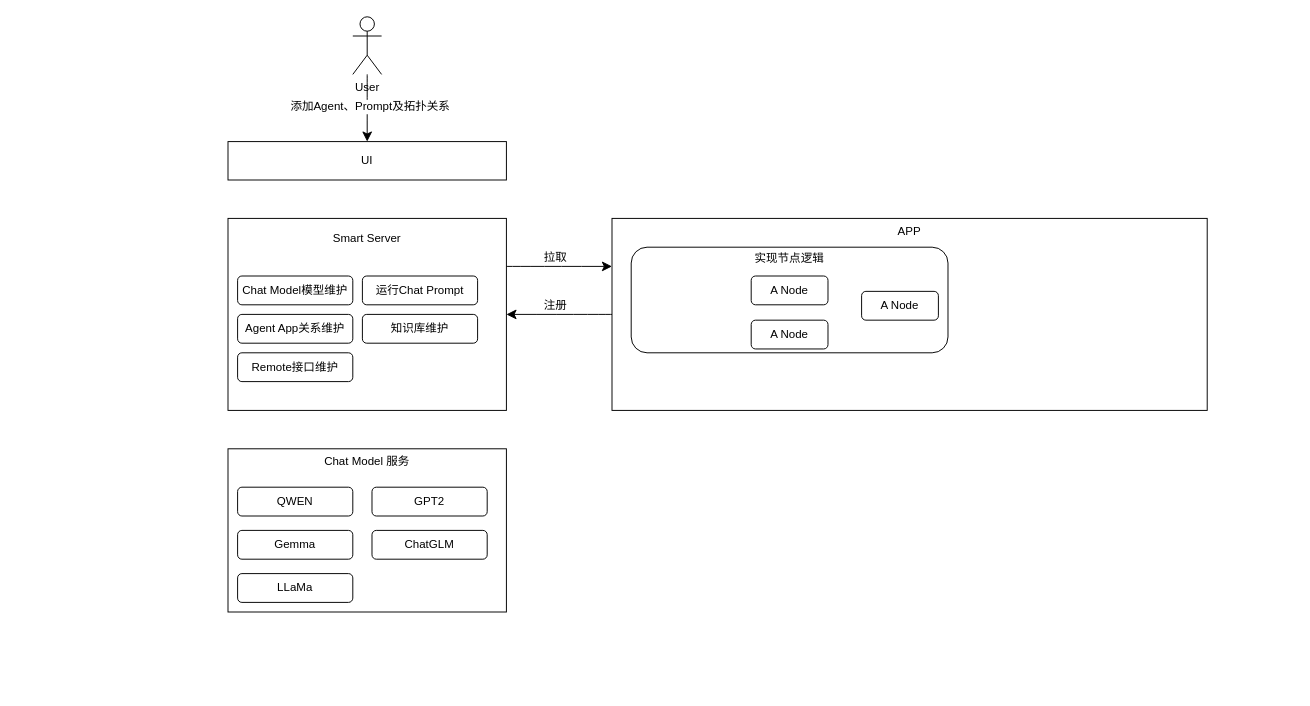
Above: page "功能框图" (1 of 2) of docs/smart.drawio in tctalk-cn/orchestrator (draw.io), before the change. Source tidied: cells renumbered, new cells numbered last; positions are measured from the earlier drawing's top-left corner, leaving out a move shared by most shapes. Both pictures are drawn from the tidied source at 96%, with x=0, y=0 at pixel (228, 16).
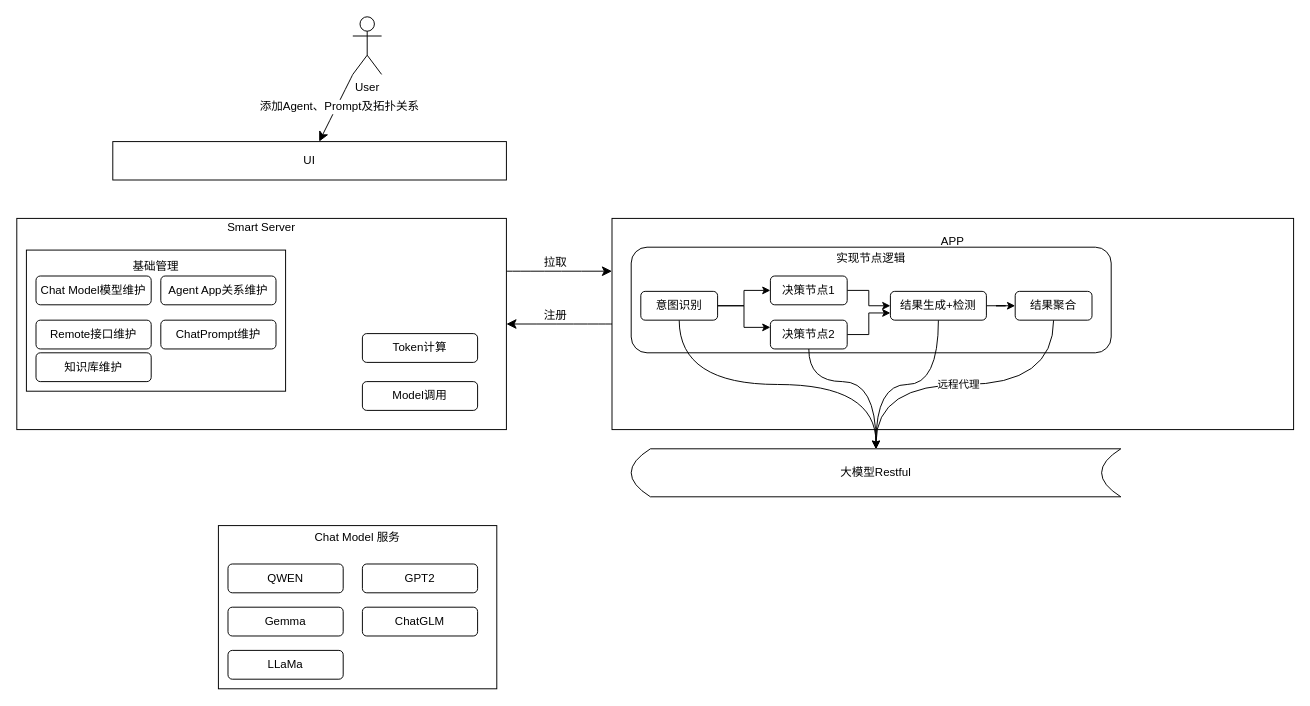
After the change.

Change to the diagram source:
```diff
@@
     <mxCell id="2" value="UI" style="rounded=0;whiteSpace=wrap;html=1;" parent="1" vertex="1">
-      <mxGeometry y="130" width="290" height="40" as="geometry" />
+      <mxGeometry x="-120" y="130" width="410" height="40" as="geometry" />
     </mxCell>
@@
-    <mxCell id="8" value="Smart Server&lt;div&gt;&lt;br&gt;&lt;/div&gt;&lt;div&gt;&lt;br&gt;&lt;/div&gt;&lt;div&gt;&lt;br&gt;&lt;/div&gt;&lt;div&gt;&lt;br&gt;&lt;/div&gt;&lt;div&gt;&lt;br&gt;&lt;/div&gt;&lt;div&gt;&lt;br&gt;&lt;/div&gt;&lt;div&gt;&lt;br&gt;&lt;/div&gt;&lt;div&gt;&lt;br&gt;&lt;/div&gt;&lt;div&gt;&lt;br&gt;&lt;/div&gt;&lt;div&gt;&lt;br&gt;&lt;/div&gt;&lt;div&gt;&lt;br&gt;&lt;/div&gt;" style="rounded=0;whiteSpace=wrap;html=1;" parent="1" vertex="1">
-      <mxGeometry y="210" width="290" height="200" as="geometry" />
+    <mxCell id="8" value="Smart Server&lt;div&gt;&lt;br&gt;&lt;/div&gt;&lt;div&gt;&lt;br&gt;&lt;/div&gt;&lt;div&gt;&lt;br&gt;&lt;/div&gt;&lt;div&gt;&lt;br&gt;&lt;/div&gt;&lt;div&gt;&lt;br&gt;&lt;/div&gt;&lt;div&gt;&lt;br&gt;&lt;/div&gt;&lt;div&gt;&lt;br&gt;&lt;/div&gt;&lt;div&gt;&lt;br&gt;&lt;/div&gt;&lt;div&gt;&lt;br&gt;&lt;/div&gt;&lt;div&gt;&lt;br&gt;&lt;/div&gt;&lt;div&gt;&lt;br&gt;&lt;/div&gt;&lt;div&gt;&lt;br&gt;&lt;/div&gt;&lt;div&gt;&lt;br&gt;&lt;/div&gt;&lt;div&gt;&lt;br&gt;&lt;/div&gt;" style="rounded=0;whiteSpace=wrap;html=1;" parent="1" vertex="1">
+      <mxGeometry x="-220" y="210" width="510" height="220" as="geometry" />
     </mxCell>
-    <mxCell id="9" value="Chat Model模型维护" style="rounded=1;whiteSpace=wrap;html=1;" parent="1" vertex="1">
-      <mxGeometry x="10" y="270" width="120" height="30" as="geometry" />
+    <mxCell id="9" value="基础管理&lt;div&gt;&lt;br&gt;&lt;/div&gt;&lt;div&gt;&lt;br&gt;&lt;/div&gt;&lt;div&gt;&lt;br&gt;&lt;/div&gt;&lt;div&gt;&lt;br&gt;&lt;/div&gt;&lt;div&gt;&lt;br&gt;&lt;/div&gt;&lt;div&gt;&lt;br&gt;&lt;/div&gt;&lt;div&gt;&lt;br&gt;&lt;/div&gt;&lt;div&gt;&lt;br&gt;&lt;/div&gt;" style="rounded=0;whiteSpace=wrap;html=1;" parent="1" vertex="1">
+      <mxGeometry x="-210" y="243" width="270" height="147" as="geometry" />
     </mxCell>
     <mxCell id="10" value="Agent App关系维护" style="rounded=1;whiteSpace=wrap;html=1;" parent="1" vertex="1">
-      <mxGeometry x="10" y="310" width="120" height="30" as="geometry" />
+      <mxGeometry x="-70" y="270" width="120" height="30" as="geometry" />
     </mxCell>
-    <mxCell id="11" value="运行Chat Prompt" style="rounded=1;whiteSpace=wrap;html=1;" parent="1" vertex="1">
-      <mxGeometry x="140" y="270" width="120" height="30" as="geometry" />
+    <mxCell id="11" value="Token计算" style="rounded=1;whiteSpace=wrap;html=1;" parent="1" vertex="1">
+      <mxGeometry x="140" y="330" width="120" height="30" as="geometry" />
     </mxCell>
-    <mxCell id="12" value="知识库维护" style="rounded=1;whiteSpace=wrap;html=1;" parent="1" vertex="1">
-      <mxGeometry x="140" y="310" width="120" height="30" as="geometry" />
-    </mxCell>
     <mxCell id="13" value="Remote接口维护" style="rounded=1;whiteSpace=wrap;html=1;" parent="1" vertex="1">
-      <mxGeometry x="10" y="350" width="120" height="30" as="geometry" />
+      <mxGeometry x="-200" y="316" width="120" height="30" as="geometry" />
     </mxCell>
@@
     <mxCell id="16" value="APP&lt;div&gt;&lt;br&gt;&lt;/div&gt;&lt;div&gt;&lt;br&gt;&lt;/div&gt;&lt;div&gt;&lt;br&gt;&lt;/div&gt;&lt;div&gt;&lt;br&gt;&lt;/div&gt;&lt;div&gt;&lt;br&gt;&lt;/div&gt;&lt;div&gt;&lt;br&gt;&lt;/div&gt;&lt;div&gt;&lt;br&gt;&lt;/div&gt;&lt;div&gt;&lt;br&gt;&lt;/div&gt;&lt;div&gt;&lt;br&gt;&lt;/div&gt;&lt;div&gt;&lt;br&gt;&lt;/div&gt;&lt;div&gt;&lt;br&gt;&lt;/div&gt;&lt;div&gt;&lt;br&gt;&lt;/div&gt;" style="rounded=0;whiteSpace=wrap;html=1;" parent="1" vertex="1">
-      <mxGeometry x="400" y="210" width="620" height="200" as="geometry" />
+      <mxGeometry x="400" y="210" width="710" height="220" as="geometry" />
     </mxCell>
     <mxCell id="17" value="实现节点逻辑&lt;div&gt;&lt;br&gt;&lt;/div&gt;&lt;div&gt;&lt;br&gt;&lt;/div&gt;&lt;div&gt;&lt;br&gt;&lt;/div&gt;&lt;div&gt;&lt;br&gt;&lt;/div&gt;&lt;div&gt;&lt;br&gt;&lt;/div&gt;&lt;div&gt;&lt;br&gt;&lt;/div&gt;" style="rounded=1;whiteSpace=wrap;html=1;" parent="1" vertex="1">
-      <mxGeometry x="420" y="240" width="330" height="110" as="geometry" />
+      <mxGeometry x="420" y="240" width="500" height="110" as="geometry" />
     </mxCell>
+    <mxCell id="27" style="edgeStyle=orthogonalEdgeStyle;rounded=0;jettySize=auto;html=1;" parent="1" edge="1" source="18" target="20">
+      <mxGeometry relative="1" as="geometry" />
+    </mxCell>
-    <mxCell id="18" value="A Node" style="rounded=1;whiteSpace=wrap;html=1;" parent="1" vertex="1">
-      <mxGeometry x="545" y="270" width="80" height="30" as="geometry" />
+    <mxCell id="18" value="决策节点1" style="rounded=1;whiteSpace=wrap;html=1;" parent="1" vertex="1">
+      <mxGeometry x="565" y="270" width="80" height="30" as="geometry" />
     </mxCell>
+    <mxCell id="28" style="edgeStyle=orthogonalEdgeStyle;rounded=0;jettySize=auto;html=1;entryX=0;entryY=0.75;entryDx=0;entryDy=0;" parent="1" edge="1" source="19" target="20">
+      <mxGeometry relative="1" as="geometry" />
+    </mxCell>
+    <mxCell id="29" style="edgeStyle=orthogonalEdgeStyle;rounded=0;jettySize=auto;html=1;entryX=0.5;entryY=0;entryDx=0;entryDy=0;curved=1;" parent="1" edge="1" source="19" target="39">
+      <mxGeometry relative="1" as="geometry">
+        <Array as="points">
+          <mxPoint x="605" y="380" />
+          <mxPoint x="675" y="380" />
+        </Array>
+      </mxGeometry>
+    </mxCell>
-    <mxCell id="19" value="A Node" style="rounded=1;whiteSpace=wrap;html=1;" parent="1" vertex="1">
-      <mxGeometry x="545" y="316" width="80" height="30" as="geometry" />
+    <mxCell id="19" value="决策节点2" style="rounded=1;whiteSpace=wrap;html=1;" parent="1" vertex="1">
+      <mxGeometry x="565" y="316" width="80" height="30" as="geometry" />
     </mxCell>
+    <mxCell id="30" style="edgeStyle=orthogonalEdgeStyle;rounded=0;jettySize=auto;html=1;" parent="1" edge="1" source="20" target="38">
+      <mxGeometry relative="1" as="geometry" />
+    </mxCell>
+    <mxCell id="31" style="edgeStyle=orthogonalEdgeStyle;rounded=0;jettySize=auto;html=1;entryX=0.5;entryY=0;entryDx=0;entryDy=0;curved=1;" parent="1" edge="1" source="20" target="39">
+      <mxGeometry relative="1" as="geometry" />
+    </mxCell>
-    <mxCell id="20" value="A Node" style="rounded=1;whiteSpace=wrap;html=1;" parent="1" vertex="1">
-      <mxGeometry x="660" y="286" width="80" height="30" as="geometry" />
+    <mxCell id="20" value="结果生成+检测" style="rounded=1;whiteSpace=wrap;html=1;" parent="1" vertex="1">
+      <mxGeometry x="690" y="286" width="100" height="30" as="geometry" />
     </mxCell>
     <mxCell id="21" value="Chat Model 服务&lt;div&gt;&lt;br&gt;&lt;/div&gt;&lt;div&gt;&lt;br&gt;&lt;/div&gt;&lt;div&gt;&lt;br&gt;&lt;/div&gt;&lt;div&gt;&lt;br&gt;&lt;/div&gt;&lt;div&gt;&lt;br&gt;&lt;/div&gt;&lt;div&gt;&lt;br&gt;&lt;/div&gt;&lt;div&gt;&lt;br&gt;&lt;/div&gt;&lt;div&gt;&lt;br&gt;&lt;/div&gt;&lt;div&gt;&lt;br&gt;&lt;/div&gt;&lt;div&gt;&lt;br&gt;&lt;/div&gt;" style="rounded=0;whiteSpace=wrap;html=1;" parent="1" vertex="1">
-      <mxGeometry y="450" width="290" height="170" as="geometry" />
+      <mxGeometry x="-10" y="530" width="290" height="170" as="geometry" />
     </mxCell>
     <mxCell id="22" value="QWEN" style="rounded=1;whiteSpace=wrap;html=1;" parent="1" vertex="1">
-      <mxGeometry x="10" y="490" width="120" height="30" as="geometry" />
+      <mxGeometry y="570" width="120" height="30" as="geometry" />
     </mxCell>
     <mxCell id="23" value="GPT2" style="rounded=1;whiteSpace=wrap;html=1;" parent="1" vertex="1">
-      <mxGeometry x="150" y="490" width="120" height="30" as="geometry" />
+      <mxGeometry x="140" y="570" width="120" height="30" as="geometry" />
     </mxCell>
     <mxCell id="24" value="Gemma" style="rounded=1;whiteSpace=wrap;html=1;" parent="1" vertex="1">
-      <mxGeometry x="10" y="535" width="120" height="30" as="geometry" />
+      <mxGeometry y="615" width="120" height="30" as="geometry" />
     </mxCell>
     <mxCell id="25" value="ChatGLM" style="rounded=1;whiteSpace=wrap;html=1;" parent="1" vertex="1">
-      <mxGeometry x="150" y="535" width="120" height="30" as="geometry" />
+      <mxGeometry x="140" y="615" width="120" height="30" as="geometry" />
     </mxCell>
     <mxCell id="26" value="LLaMa" style="rounded=1;whiteSpace=wrap;html=1;" parent="1" vertex="1">
-      <mxGeometry x="10" y="580" width="120" height="30" as="geometry" />
+      <mxGeometry y="660" width="120" height="30" as="geometry" />
     </mxCell>
+    <mxCell id="32" style="edgeStyle=orthogonalEdgeStyle;rounded=0;jettySize=auto;html=1;entryX=0;entryY=0.5;entryDx=0;entryDy=0;" parent="1" edge="1" source="35" target="18">
+      <mxGeometry relative="1" as="geometry" />
+    </mxCell>
+    <mxCell id="33" style="edgeStyle=orthogonalEdgeStyle;rounded=0;jettySize=auto;html=1;entryX=0;entryY=0.25;entryDx=0;entryDy=0;" parent="1" edge="1" source="35" target="19">
+      <mxGeometry relative="1" as="geometry" />
+    </mxCell>
+    <mxCell id="34" style="edgeStyle=orthogonalEdgeStyle;rounded=0;jettySize=auto;html=1;curved=1;" parent="1" edge="1" source="35" target="39">
+      <mxGeometry relative="1" as="geometry" />
+    </mxCell>
+    <mxCell id="35" value="意图识别" style="rounded=1;whiteSpace=wrap;html=1;" parent="1" vertex="1">
+      <mxGeometry x="430" y="286" width="80" height="30" as="geometry" />
+    </mxCell>
+    <mxCell id="36" style="edgeStyle=orthogonalEdgeStyle;rounded=0;jettySize=auto;html=1;entryX=0.5;entryY=0;entryDx=0;entryDy=0;curved=1;" parent="1" edge="1" source="38" target="39">
+      <mxGeometry relative="1" as="geometry" />
+    </mxCell>
+    <mxCell id="37" value="远程代理" style="edgeLabel;html=1;align=center;verticalAlign=middle;" parent="36" vertex="1">
+      <mxGeometry x="0.05" y="-1" relative="1" as="geometry" />
+    </mxCell>
+    <mxCell id="38" value="结果聚合" style="rounded=1;whiteSpace=wrap;html=1;" parent="1" vertex="1">
+      <mxGeometry x="820" y="286" width="80" height="30" as="geometry" />
+    </mxCell>
+    <mxCell id="39" value="大模型Restful" style="shape=dataStorage;whiteSpace=wrap;html=1;fixedSize=1;" parent="1" vertex="1">
+      <mxGeometry x="420" y="450" width="510" height="50" as="geometry" />
+    </mxCell>
+    <mxCell id="40" value="Chat Model模型维护" style="rounded=1;whiteSpace=wrap;html=1;" parent="1" vertex="1">
+      <mxGeometry x="-200" y="270" width="120" height="30" as="geometry" />
+    </mxCell>
+    <mxCell id="41" value="ChatPrompt维护" style="rounded=1;whiteSpace=wrap;html=1;" parent="1" vertex="1">
+      <mxGeometry x="-70" y="316" width="120" height="30" as="geometry" />
+    </mxCell>
+    <mxCell id="12" value="知识库维护" style="rounded=1;whiteSpace=wrap;html=1;" parent="1" vertex="1">
+      <mxGeometry x="-200" y="350" width="120" height="30" as="geometry" />
+    </mxCell>
+    <mxCell id="42" value="Model调用" style="rounded=1;whiteSpace=wrap;html=1;" parent="1" vertex="1">
+      <mxGeometry x="140" y="380" width="120" height="30" as="geometry" />
+    </mxCell>
```
